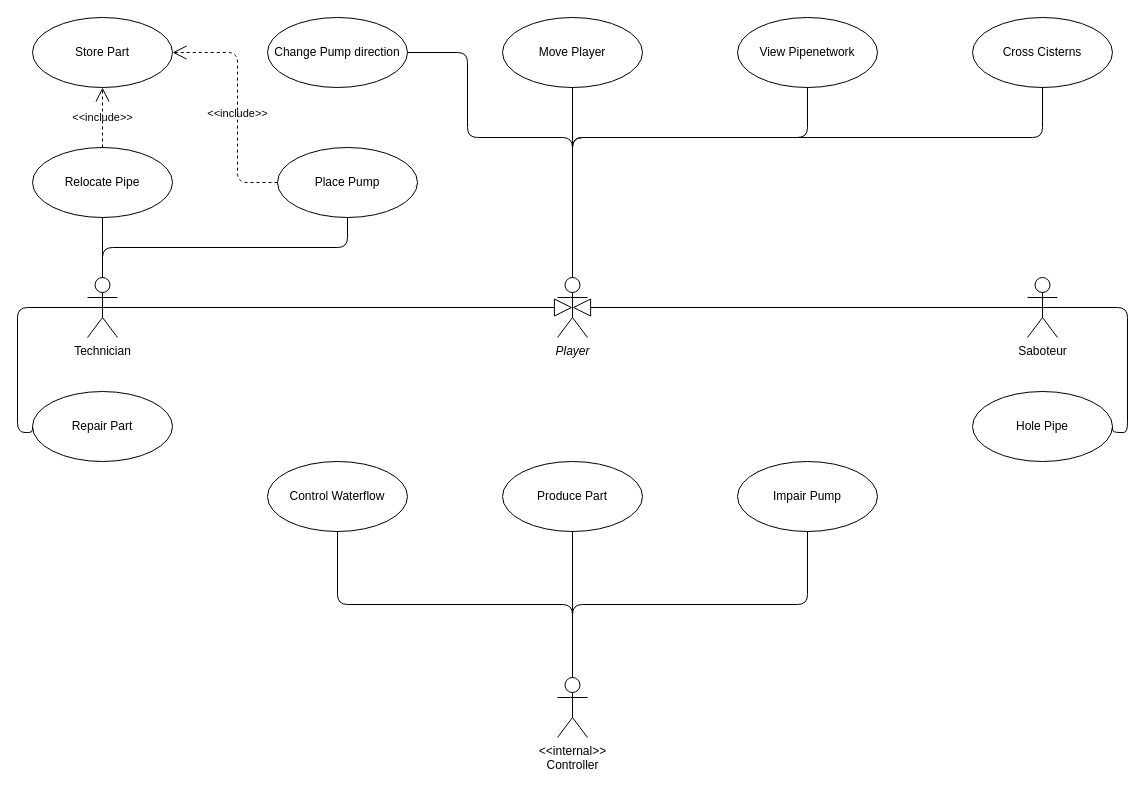
This is misc/diagrams/USECASE.drawio from RuntimeError-BME/coursework, a draw.io file, before an edit. Source tidied: cells renumbered, new cells numbered last; positions are measured from the earlier drawing's top-left corner, leaving out a move shared by most shapes. Both pictures are drawn from the tidied source at 100%, with x=0, y=0 at pixel (17, 17).
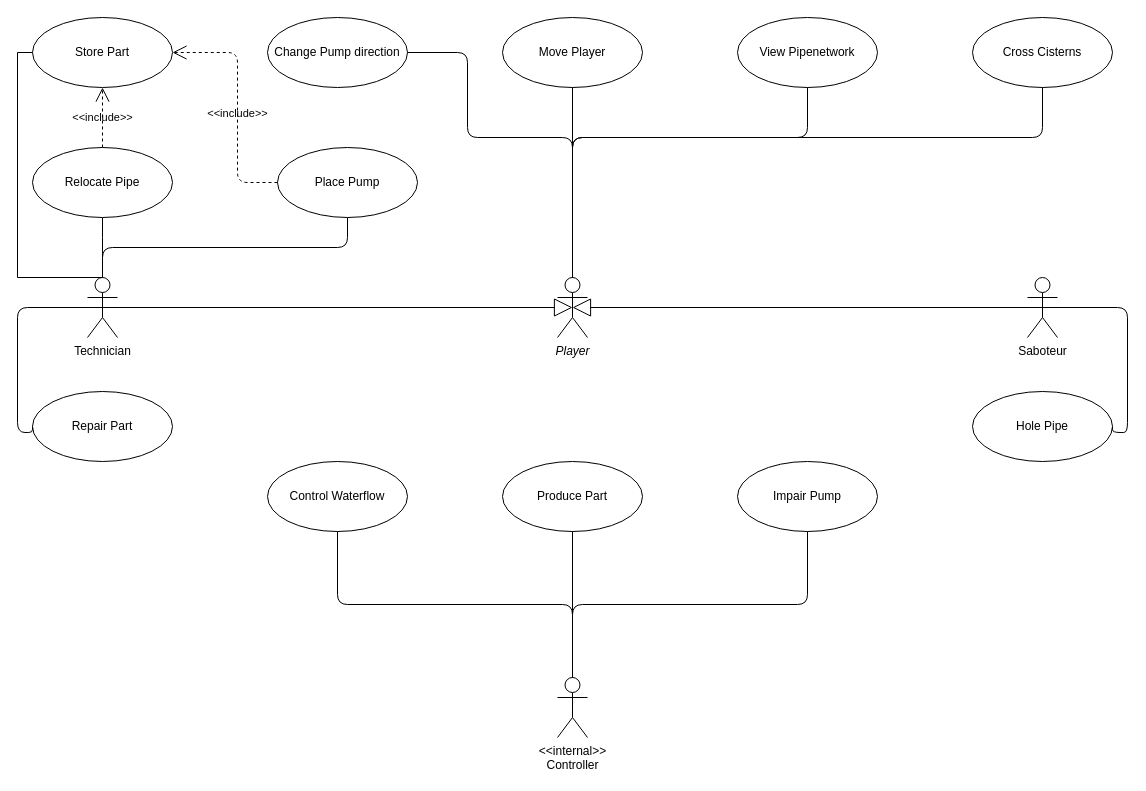
After the change.

Unchanged cells that the change refers to:
```xml
<mxCell id="6" value="Technician" style="shape=umlActor;verticalLabelPosition=bottom;verticalAlign=top;html=1;outlineConnect=0;rounded=1;labelBackgroundColor=none;" parent="1" vertex="1">
  <mxGeometry x="70" y="260" width="30" height="60" as="geometry" />
</mxCell>
<mxCell id="16" value="Store Part" style="ellipse;whiteSpace=wrap;html=1;rounded=1;labelBackgroundColor=none;" parent="1" vertex="1">
  <mxGeometry x="15" width="140" height="70" as="geometry" />
</mxCell>
```

Diff of the diagram source:
```diff
@@
+    <mxCell id="33" style="endArrow=none;html=1;edgeStyle=orthogonalEdgeStyle;rounded=0;exitX=0.5;exitY=0;exitDx=0;exitDy=0;exitPerimeter=0;entryX=0;entryY=0.5;entryDx=0;entryDy=0;" parent="1" edge="1" source="6" target="16">
+      <mxGeometry relative="1" as="geometry">
+        <Array as="points">
+          <mxPoint y="260" />
+          <mxPoint y="35" />
+        </Array>
+      </mxGeometry>
+    </mxCell>
```
